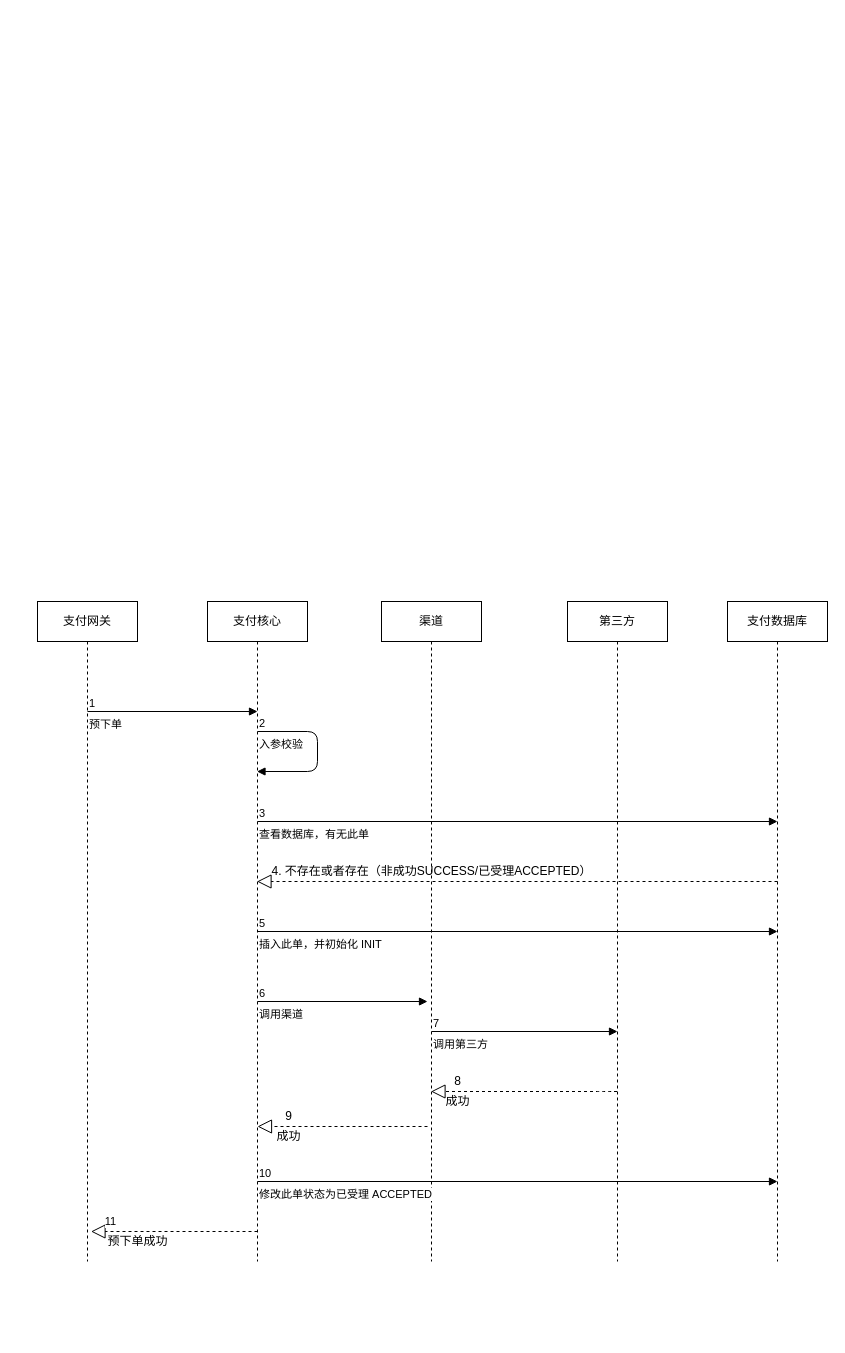
Above: 支付单创建业务流程图.drawio in ythawed/diagrams (draw.io), before the change. Source tidied: cells renumbered, new cells numbered last; positions are measured from the earlier drawing's top-left corner, leaving out a move shared by most shapes. Both pictures are drawn from the tidied source at 100%, with x=0, y=0 at pixel (37, 601).
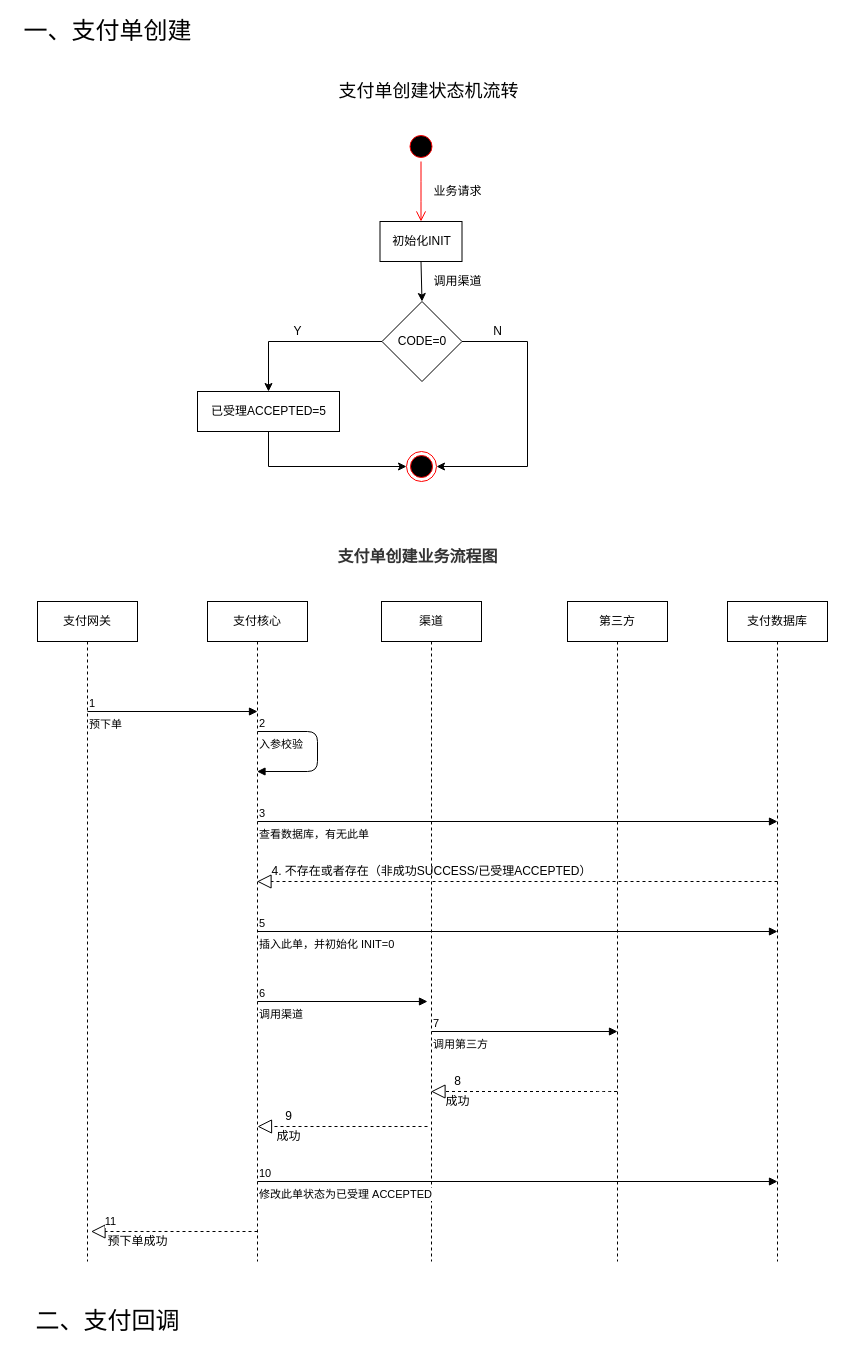
After the change.

Commit message (it also covers changes not shown here):
Update 支付单创建业务流程图.drawio

The edit, as a diff of the source:
```diff
@@
-    <mxCell id="13" value="插入此单，并初始化 INIT" style="endArrow=block;endFill=1;html=1;edgeStyle=orthogonalEdgeStyle;align=left;verticalAlign=top;" parent="1" edge="1">
+    <mxCell id="13" value="插入此单，并初始化 INIT=0" style="endArrow=block;endFill=1;html=1;edgeStyle=orthogonalEdgeStyle;align=left;verticalAlign=top;" parent="1" edge="1">
       <mxGeometry x="-1" relative="1" as="geometry">
         <mxPoint x="220" y="330" as="sourcePoint" />
         <mxPoint x="740" y="330" as="targetPoint" />
       </mxGeometry>
     </mxCell>
@@
+    <mxCell id="32" style="ellipse;html=1;shape=startState;fillColor=#000000;strokeColor=#ff0000;" parent="1" vertex="1">
+      <mxGeometry x="368.5" y="-470" width="30" height="30" as="geometry" />
+    </mxCell>
+    <mxCell id="33" style="edgeStyle=orthogonalEdgeStyle;html=1;verticalAlign=bottom;endArrow=open;endSize=8;strokeColor=#ff0000;" parent="1" edge="1" source="32">
+      <mxGeometry relative="1" as="geometry">
+        <mxPoint x="383.5" y="-380" as="targetPoint" />
+      </mxGeometry>
+    </mxCell>
+    <mxCell id="34" value="&lt;font style=&quot;font-size: 18px&quot;&gt;支付单创建状态机流转&lt;/font&gt;" style="text;html=1;align=center;verticalAlign=middle;" parent="1" vertex="1">
+      <mxGeometry x="290.5" y="-520" width="200" height="20" as="geometry" />
+    </mxCell>
+    <mxCell id="35" value="业务请求" style="text;html=1;align=center;verticalAlign=middle;" parent="1" vertex="1">
+      <mxGeometry x="389.5" y="-420" width="60" height="20" as="geometry" />
+    </mxCell>
+    <mxCell id="36" value="初始化INIT" style="html=1;" parent="1" vertex="1">
+      <mxGeometry x="342.5" y="-380" width="82" height="40" as="geometry" />
+    </mxCell>
+    <mxCell id="37" style="edgeStyle=orthogonalEdgeStyle;rounded=0;jettySize=auto;html=1;exitX=0;exitY=0.5;exitDx=0;exitDy=0;entryX=0.5;entryY=0;entryDx=0;entryDy=0;" parent="1" edge="1" source="39" target="44">
+      <mxGeometry relative="1" as="geometry" />
+    </mxCell>
+    <mxCell id="38" style="edgeStyle=orthogonalEdgeStyle;rounded=0;jettySize=auto;html=1;exitX=1;exitY=0.5;exitDx=0;exitDy=0;entryX=1;entryY=0.5;entryDx=0;entryDy=0;" parent="1" edge="1" source="39" target="41">
+      <mxGeometry relative="1" as="geometry">
+        <Array as="points">
+          <mxPoint x="490" y="-260" />
+          <mxPoint x="490" y="-135" />
+        </Array>
+      </mxGeometry>
+    </mxCell>
+    <mxCell id="39" value="CODE=0" style="rhombus;whiteSpace=wrap;html=1;" parent="1" vertex="1">
+      <mxGeometry x="344.5" y="-300" width="80" height="80" as="geometry" />
+    </mxCell>
+    <mxCell id="40" style="endArrow=classic;html=1;entryX=0.5;entryY=0;entryDx=0;entryDy=0;exitX=0.5;exitY=1;exitDx=0;exitDy=0;" parent="1" edge="1" source="36" target="39">
+      <mxGeometry relative="1" as="geometry" />
+    </mxCell>
+    <mxCell id="41" style="ellipse;html=1;shape=endState;fillColor=#000000;strokeColor=#ff0000;" parent="1" vertex="1">
+      <mxGeometry x="369" y="-150" width="30" height="30" as="geometry" />
+    </mxCell>
+    <mxCell id="42" value="调用渠道" style="text;html=1;align=center;verticalAlign=middle;" parent="1" vertex="1">
+      <mxGeometry x="390" y="-330" width="60" height="20" as="geometry" />
+    </mxCell>
+    <mxCell id="43" style="edgeStyle=orthogonalEdgeStyle;rounded=0;jettySize=auto;html=1;entryX=0;entryY=0.5;entryDx=0;entryDy=0;exitX=0.5;exitY=1;exitDx=0;exitDy=0;" parent="1" edge="1" source="44" target="41">
+      <mxGeometry relative="1" as="geometry" />
+    </mxCell>
+    <mxCell id="44" value="已受理ACCEPTED=5" style="html=1;" parent="1" vertex="1">
+      <mxGeometry x="160" y="-210" width="142" height="40" as="geometry" />
+    </mxCell>
+    <mxCell id="45" value="Y" style="text;html=1;align=center;verticalAlign=middle;" parent="1" vertex="1">
+      <mxGeometry x="250" y="-280" width="20" height="20" as="geometry" />
+    </mxCell>
+    <mxCell id="46" value="N" style="text;html=1;align=center;verticalAlign=middle;" parent="1" vertex="1">
+      <mxGeometry x="450" y="-280" width="20" height="20" as="geometry" />
+    </mxCell>
+    <mxCell id="47" value="&lt;h3 id=&quot;id-2.1.0.4支付系统UML图-1.1.2支付单创建业务流程图&quot; style=&quot;margin: 30px 0px 0px ; padding: 0px ; color: rgb(51 , 51 , 51) ; font-size: 16px ; line-height: 1.5 ; font-family: &amp;#34;arial&amp;#34; , sans-serif ; background-color: rgb(255 , 255 , 255)&quot;&gt;支付单创建业务流程图&lt;/h3&gt;" style="text;html=1;align=center;verticalAlign=middle;" parent="1" vertex="1">
+      <mxGeometry x="290" y="-90" width="180" height="60" as="geometry" />
+    </mxCell>
+    <mxCell id="48" value="&lt;font style=&quot;font-size: 24px&quot;&gt;一、支付单创建&lt;/font&gt;" style="text;html=1;align=center;verticalAlign=middle;" parent="1" vertex="1">
+      <mxGeometry x="-20" y="-580" width="180" height="20" as="geometry" />
+    </mxCell>
+    <mxCell id="49" value="&lt;font style=&quot;font-size: 24px&quot;&gt;二、支付回调&lt;/font&gt;" style="text;html=1;align=center;verticalAlign=middle;" parent="1" vertex="1">
+      <mxGeometry x="-10" y="710" width="160" height="20" as="geometry" />
+    </mxCell>
```
